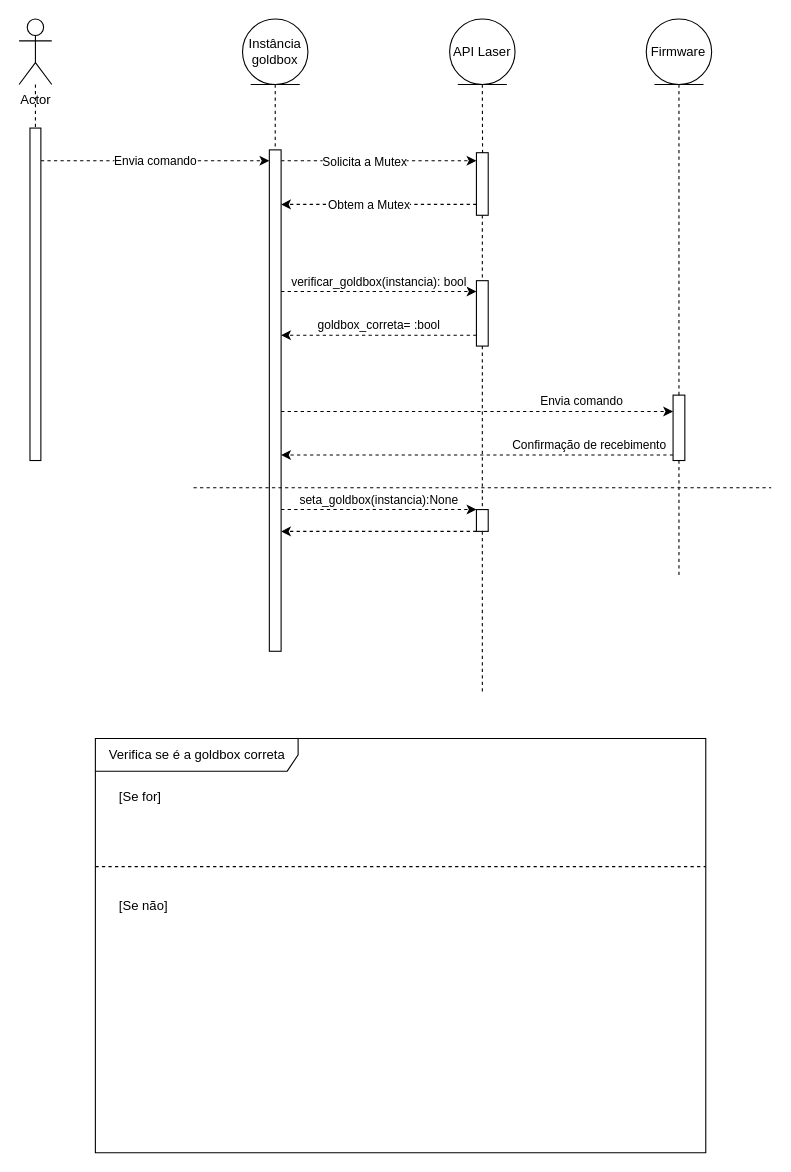
JoseitoOliveira/relatorio-estagio keeps this draw.io diagram as comando.drawio. Above is the earlier version. Source tidied: cells renumbered, new cells numbered last; positions are measured from the earlier drawing's top-left corner, leaving out a move shared by most shapes. Both pictures are drawn from the tidied source at 109%, with x=0, y=0 at pixel (19, 19).
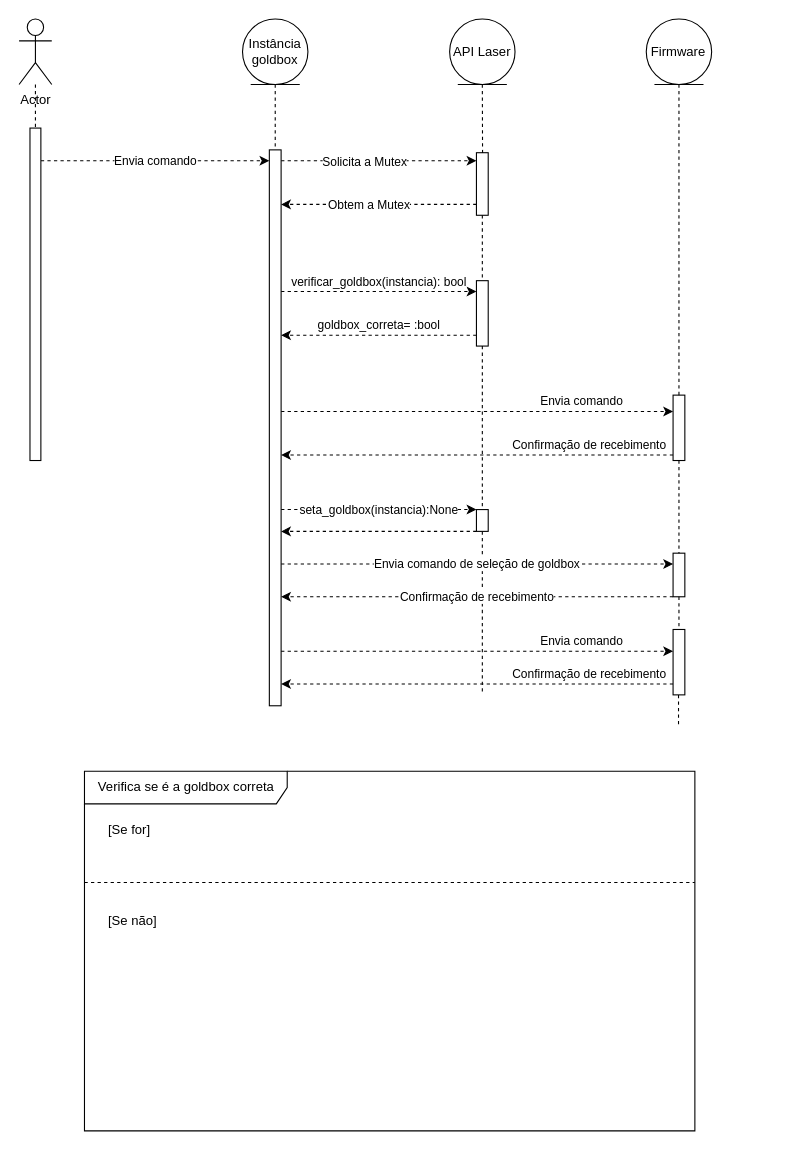
Above is the later version.

The change refers to these unchanged cells:
```xml
<mxCell id="18" style="edgeStyle=none;html=1;dashed=1;startArrow=none;startFill=0;endArrow=classic;endFill=1;" parent="1" edge="1" source="20" target="37">
  <mxGeometry relative="1" as="geometry" />
</mxCell>
<mxCell id="33" style="html=1;points=[];perimeter=orthogonalPerimeter;" parent="1" vertex="1">
  <mxGeometry x="600" y="345" width="10.8" height="60" as="geometry" />
</mxCell>
```

Diff of the diagram source:
```diff
@@
-    <mxCell id="7" style="edgeStyle=none;html=1;dashed=1;startArrow=none;startFill=0;endArrow=none;endFill=0;" parent="1" edge="1" source="33">
+    <mxCell id="7" style="edgeStyle=none;html=1;dashed=1;startArrow=none;startFill=0;endArrow=none;endFill=0;" parent="1" edge="1" source="47">
       <mxGeometry relative="1" as="geometry">
-        <mxPoint x="605.4" y="510" as="targetPoint" />
+        <mxPoint x="605" y="650" as="targetPoint" />
       </mxGeometry>
     </mxCell>
@@
     <mxCell id="19" value="seta_goldbox(instancia):None" style="edgeLabel;html=1;align=center;verticalAlign=middle;" parent="18" vertex="1">
       <mxGeometry x="0.16" y="-1" relative="1" as="geometry">
-        <mxPoint x="-15" y="-11" as="offset" />
+        <mxPoint x="-15" y="-1" as="offset" />
       </mxGeometry>
     </mxCell>
+    <mxCell id="39" value="Envia comando de seleção de goldbox" style="edgeStyle=none;html=1;dashed=1;startArrow=none;startFill=0;endArrow=classic;endFill=1;" parent="1" edge="1" source="20" target="41">
+      <mxGeometry relative="1" as="geometry">
+        <Array as="points">
+          <mxPoint x="500" y="500" />
+        </Array>
+      </mxGeometry>
+    </mxCell>
     <mxCell id="20" style="html=1;points=[];perimeter=orthogonalPerimeter;" parent="1" vertex="1">
-      <mxGeometry x="229.6" y="120" width="10.8" height="460" as="geometry" />
+      <mxGeometry x="229.6" y="120" width="10.8" height="510" as="geometry" />
     </mxCell>
@@
     <mxCell id="28" value="Verifica se é a goldbox correta" style="shape=umlFrame;tabWidth=110;tabHeight=30;tabPosition=left;html=1;boundedLbl=1;labelInHeader=1;width=186;height=30;" parent="1" vertex="1">
-      <mxGeometry x="70" y="660" width="560" height="380" as="geometry" />
+      <mxGeometry x="60" y="690" width="560" height="330" as="geometry" />
     </mxCell>
@@
     <mxCell id="30" value="[Se não]" style="line;strokeWidth=1;dashed=1;labelPosition=center;verticalLabelPosition=bottom;align=left;verticalAlign=top;spacingLeft=20;spacingTop=15;" parent="28" vertex="1">
-      <mxGeometry y="110" width="560" height="15.2" as="geometry" />
+      <mxGeometry y="95.5" width="560" height="13.2" as="geometry" />
     </mxCell>
@@
-    <mxCell id="35" style="endArrow=none;dashed=1;html=1;" parent="1" edge="1">
-      <mxGeometry relative="1" as="geometry">
-        <mxPoint x="160" y="430" as="sourcePoint" />
-        <mxPoint x="690" y="430" as="targetPoint" />
-      </mxGeometry>
-    </mxCell>
@@
+    <mxCell id="40" value="Confirmação de recebimento" style="edgeStyle=none;html=1;dashed=1;startArrow=none;startFill=0;endArrow=classic;endFill=1;" parent="1" edge="1" source="41" target="20">
+      <mxGeometry relative="1" as="geometry">
+        <Array as="points">
+          <mxPoint x="420" y="530" />
+        </Array>
+      </mxGeometry>
+    </mxCell>
+    <mxCell id="41" style="html=1;points=[];perimeter=orthogonalPerimeter;" parent="1" vertex="1">
+      <mxGeometry x="600" y="490" width="10.8" height="40" as="geometry" />
+    </mxCell>
+    <mxCell id="42" style="edgeStyle=none;html=1;dashed=1;startArrow=none;startFill=0;endArrow=none;endFill=0;" parent="1" edge="1" source="33" target="41">
+      <mxGeometry relative="1" as="geometry" />
+    </mxCell>
+    <mxCell id="43" style="edgeStyle=none;html=1;dashed=1;startArrow=none;startFill=0;endArrow=classic;endFill=1;" parent="1" edge="1" source="20" target="47">
+      <mxGeometry relative="1" as="geometry">
+        <Array as="points">
+          <mxPoint x="410" y="580" />
+        </Array>
+      </mxGeometry>
+    </mxCell>
+    <mxCell id="44" value="Envia comando" style="edgeLabel;html=1;align=center;verticalAlign=middle;" parent="43" vertex="1">
+      <mxGeometry x="-0.28" y="-1" relative="1" as="geometry">
+        <mxPoint x="146" y="-11" as="offset" />
+      </mxGeometry>
+    </mxCell>
+    <mxCell id="45" style="edgeStyle=none;html=1;dashed=1;startArrow=none;startFill=0;endArrow=classic;endFill=1;" parent="1" edge="1" source="47" target="20">
+      <mxGeometry relative="1" as="geometry">
+        <Array as="points">
+          <mxPoint x="430" y="610" />
+        </Array>
+      </mxGeometry>
+    </mxCell>
+    <mxCell id="46" value="Confirmação de recebimento" style="edgeLabel;html=1;align=center;verticalAlign=middle;" parent="45" vertex="1">
+      <mxGeometry x="-0.59" y="2" relative="1" as="geometry">
+        <mxPoint x="-4" y="-12" as="offset" />
+      </mxGeometry>
+    </mxCell>
+    <mxCell id="47" style="html=1;points=[];perimeter=orthogonalPerimeter;" parent="1" vertex="1">
+      <mxGeometry x="600" y="560" width="10.8" height="60" as="geometry" />
+    </mxCell>
+    <mxCell id="48" style="edgeStyle=none;html=1;dashed=1;startArrow=none;startFill=0;endArrow=none;endFill=0;" parent="1" edge="1" source="41" target="47">
+      <mxGeometry relative="1" as="geometry" />
+    </mxCell>
```
